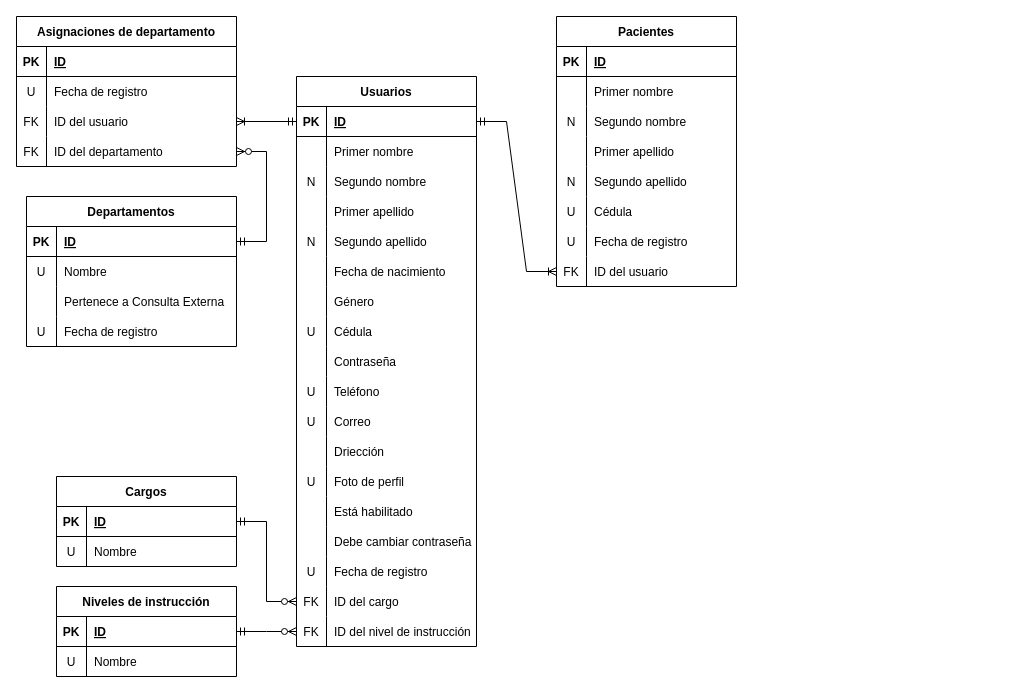
The draw.io diagram page "Modelo Relacional" (5 of 5) of docs/Diagramas.drawio in fadrian06/haju, before the edit. Source tidied: cells renumbered, new cells numbered last; positions are measured from the earlier drawing's top-left corner, leaving out a move shared by most shapes. Both pictures are drawn from the tidied source at 100%, with x=0, y=0 at pixel (16, 16).
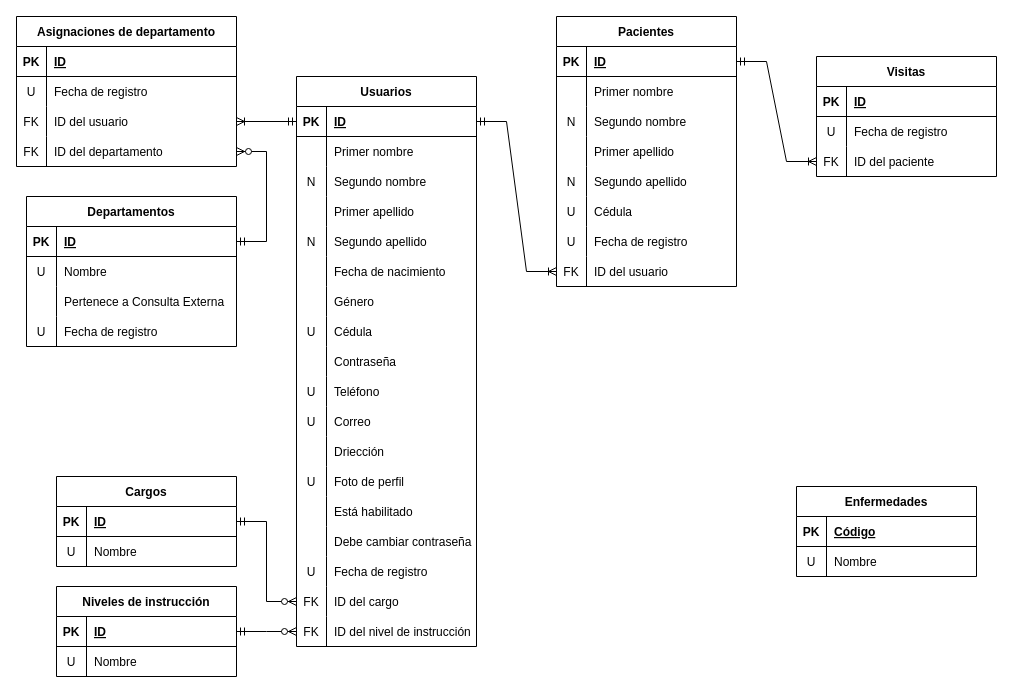
The same diagram, later.

The change refers to these unchanged cells:
```xml
<mxCell id="74" style="shape=tableRow;horizontal=0;startSize=0;swimlaneHead=0;swimlaneBody=0;fillColor=none;points=[[0,0.5],[1,0.5]];portConstraint=eastwest;top=0;left=0;right=0;bottom=1;" parent="73" vertex="1">
  <mxGeometry y="30" width="180" height="30" as="geometry" />
</mxCell>
```

Diff of the diagram source:
```diff
@@
+    <mxCell id="127" value="Enfermedades" style="shape=table;startSize=30;childLayout=tableLayout;rowLines=0;fontStyle=1;align=center;" parent="1" vertex="1">
+      <mxGeometry x="780" y="470" width="180" height="90" as="geometry" />
+    </mxCell>
+    <mxCell id="128" style="shape=tableRow;horizontal=0;startSize=0;swimlaneHead=0;swimlaneBody=0;fillColor=none;top=0;left=0;right=0;bottom=1;" parent="127" vertex="1">
+      <mxGeometry y="30" width="180" height="30" as="geometry" />
+    </mxCell>
+    <mxCell id="129" value="PK" style="shape=partialRectangle;fillColor=none;top=0;left=0;bottom=0;right=0;fontStyle=1;overflow=hidden;" parent="128" vertex="1">
+      <mxGeometry width="30" height="30" as="geometry" />
+    </mxCell>
+    <mxCell id="130" value="Código" style="shape=partialRectangle;fillColor=none;top=0;left=0;bottom=0;right=0;align=left;spacingLeft=6;fontStyle=5;overflow=hidden;" parent="128" vertex="1">
+      <mxGeometry x="30" width="150" height="30" as="geometry" />
+    </mxCell>
+    <mxCell id="131" style="shape=tableRow;horizontal=0;startSize=0;swimlaneHead=0;swimlaneBody=0;fillColor=none;top=0;left=0;right=0;bottom=0;" parent="127" vertex="1">
+      <mxGeometry y="60" width="180" height="30" as="geometry" />
+    </mxCell>
+    <mxCell id="132" value="U" style="shape=partialRectangle;fillColor=none;top=0;left=0;bottom=0;right=0;overflow=hidden;" parent="131" vertex="1">
+      <mxGeometry width="30" height="30" as="geometry" />
+    </mxCell>
+    <mxCell id="133" value="Nombre" style="shape=partialRectangle;fillColor=none;top=0;left=0;bottom=0;right=0;align=left;spacingLeft=6;overflow=hidden;" parent="131" vertex="1">
+      <mxGeometry x="30" width="150" height="30" as="geometry" />
+    </mxCell>
+    <mxCell id="134" value="Visitas" style="shape=table;startSize=30;childLayout=tableLayout;rowLines=0;fontStyle=1;align=center;" parent="1" vertex="1">
+      <mxGeometry x="800" y="40" width="180" height="120" as="geometry" />
+    </mxCell>
+    <mxCell id="135" style="shape=tableRow;horizontal=0;startSize=0;swimlaneHead=0;swimlaneBody=0;fillColor=none;top=0;left=0;right=0;bottom=1;" parent="134" vertex="1">
+      <mxGeometry y="30" width="180" height="30" as="geometry" />
+    </mxCell>
+    <mxCell id="136" value="PK" style="shape=partialRectangle;fillColor=none;top=0;left=0;bottom=0;right=0;fontStyle=1;overflow=hidden;" parent="135" vertex="1">
+      <mxGeometry width="30" height="30" as="geometry" />
+    </mxCell>
+    <mxCell id="137" value="ID" style="shape=partialRectangle;fillColor=none;top=0;left=0;bottom=0;right=0;align=left;spacingLeft=6;fontStyle=5;overflow=hidden;" parent="135" vertex="1">
+      <mxGeometry x="30" width="150" height="30" as="geometry" />
+    </mxCell>
+    <mxCell id="138" style="shape=tableRow;horizontal=0;startSize=0;swimlaneHead=0;swimlaneBody=0;fillColor=none;top=0;left=0;right=0;bottom=0;" parent="134" vertex="1">
+      <mxGeometry y="60" width="180" height="30" as="geometry" />
+    </mxCell>
+    <mxCell id="139" value="U" style="shape=partialRectangle;fillColor=none;top=0;left=0;bottom=0;right=0;overflow=hidden;" parent="138" vertex="1">
+      <mxGeometry width="30" height="30" as="geometry" />
+    </mxCell>
+    <mxCell id="140" value="Fecha de registro" style="shape=partialRectangle;fillColor=none;top=0;left=0;bottom=0;right=0;align=left;spacingLeft=6;overflow=hidden;" parent="138" vertex="1">
+      <mxGeometry x="30" width="150" height="30" as="geometry" />
+    </mxCell>
+    <mxCell id="141" style="shape=tableRow;horizontal=0;startSize=0;swimlaneHead=0;swimlaneBody=0;fillColor=none;points=[[0,0.5],[1,0.5]];portConstraint=eastwest;top=0;left=0;right=0;bottom=0;" parent="134" vertex="1">
+      <mxGeometry y="90" width="180" height="30" as="geometry" />
+    </mxCell>
+    <mxCell id="142" value="FK" style="shape=partialRectangle;fillColor=none;top=0;left=0;bottom=0;right=0;overflow=hidden;" parent="141" vertex="1">
+      <mxGeometry width="30" height="30" as="geometry" />
+    </mxCell>
+    <mxCell id="143" value="ID del paciente" style="shape=partialRectangle;fillColor=none;top=0;left=0;bottom=0;right=0;align=left;spacingLeft=6;overflow=hidden;" parent="141" vertex="1">
+      <mxGeometry x="30" width="150" height="30" as="geometry" />
+    </mxCell>
+    <mxCell id="144" style="edgeStyle=entityRelationEdgeStyle;fontSize=12;html=1;endArrow=ERoneToMany;startArrow=ERmandOne;rounded=0;" parent="1" edge="1" source="74" target="141">
+      <mxGeometry relative="1" as="geometry" />
+    </mxCell>
```
